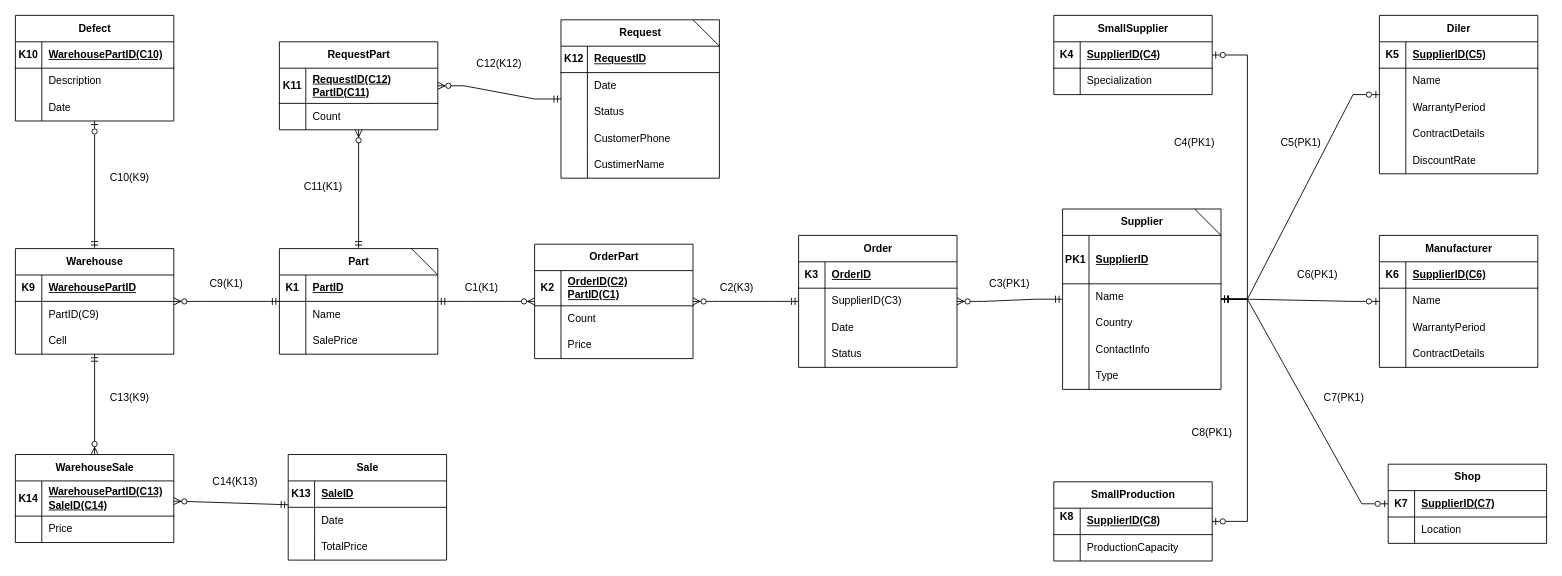
Earlier version of the draw.io diagram База данных магазина автозапчастей.drawio (Raviolya/AutoPartsShop). Source tidied: cells renumbered, new cells numbered last; positions are measured from the earlier drawing's top-left corner, leaving out a move shared by most shapes. Both pictures are drawn from the tidied source at 88%, with x=0, y=0 at pixel (15, 15).
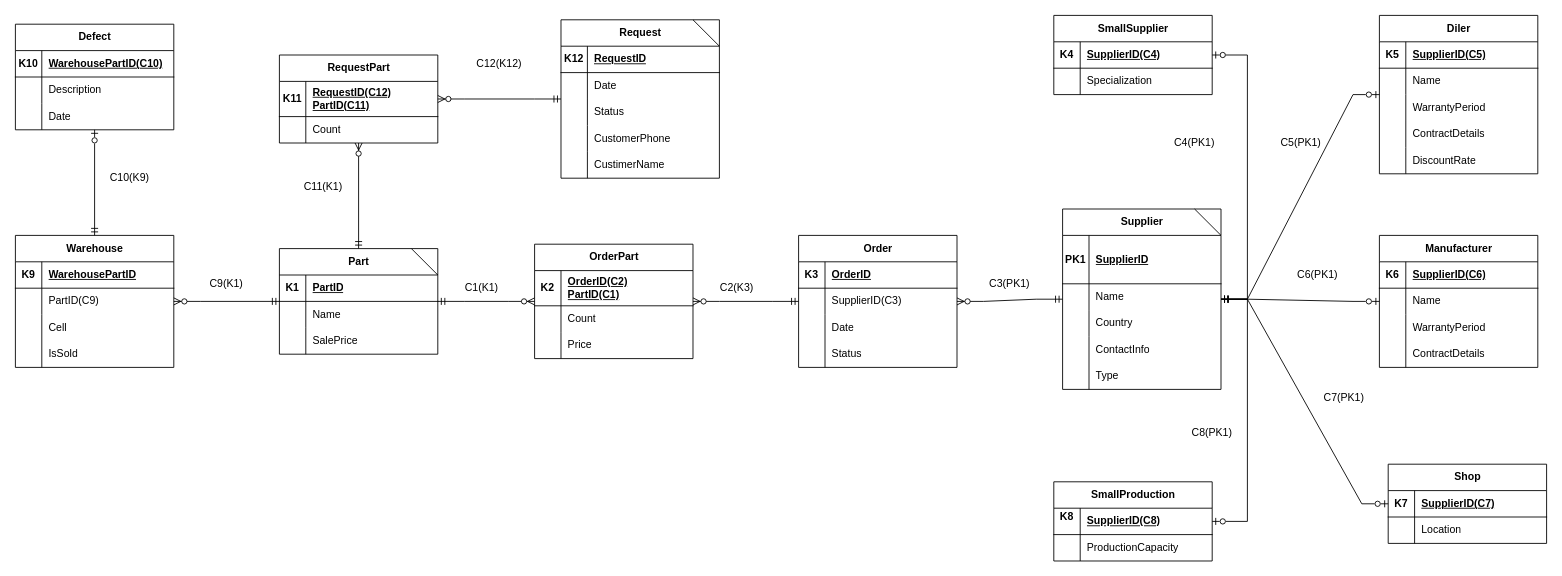
Above is the later version.

Diff of the diagram source:
```diff
@@
     <mxCell id="107" value="RequestPart" style="shape=table;startSize=30;childLayout=tableLayout;rowLines=0;fontStyle=1;align=center;html=1;" parent="1" vertex="1">
-      <mxGeometry x="300" y="30" width="180" height="100" as="geometry" />
+      <mxGeometry x="300" y="45" width="180" height="100" as="geometry" />
     </mxCell>
@@
     <mxCell id="114" value="Warehouse" style="shape=table;startSize=30;childLayout=tableLayout;rowLines=0;fontStyle=1;align=center;html=1;" parent="1" vertex="1">
-      <mxGeometry y="265" width="180" height="120" as="geometry" />
+      <mxGeometry y="250" width="180" height="150" as="geometry" />
     </mxCell>
@@
+    <mxCell id="192" style="shape=tableRow;horizontal=0;startSize=0;swimlaneHead=0;swimlaneBody=0;fillColor=none;top=0;left=0;right=0;bottom=0;" parent="114" vertex="1">
+      <mxGeometry y="120" width="180" height="30" as="geometry" />
+    </mxCell>
+    <mxCell id="193" style="shape=partialRectangle;fillColor=none;top=0;left=0;bottom=0;right=0;overflow=hidden;whiteSpace=wrap;html=1;" parent="192" vertex="1">
+      <mxGeometry width="30" height="30" as="geometry" />
+    </mxCell>
+    <mxCell id="194" value="IsSold" style="shape=partialRectangle;fillColor=none;top=0;left=0;bottom=0;right=0;align=left;spacingLeft=6;overflow=hidden;whiteSpace=wrap;html=1;" parent="192" vertex="1">
+      <mxGeometry x="30" width="150" height="30" as="geometry" />
+    </mxCell>
     <mxCell id="124" value="Defect" style="shape=table;startSize=30;childLayout=tableLayout;rowLines=0;fontStyle=1;align=center;html=1;" parent="1" vertex="1">
-      <mxGeometry width="180" height="120" as="geometry" />
+      <mxGeometry y="10" width="180" height="120" as="geometry" />
     </mxCell>
@@
-    <mxCell id="171" value="Sale" style="shape=table;startSize=30;childLayout=tableLayout;rowLines=0;fontStyle=1;align=center;html=1;" parent="1" vertex="1">
-      <mxGeometry x="310" y="499" width="180" height="120" as="geometry" />
-    </mxCell>
-    <mxCell id="172" style="shape=tableRow;horizontal=0;startSize=0;swimlaneHead=0;swimlaneBody=0;fillColor=none;top=0;left=0;right=0;bottom=1;" parent="171" vertex="1">
-      <mxGeometry y="30" width="180" height="30" as="geometry" />
-    </mxCell>
-    <mxCell id="173" value="K13" style="shape=partialRectangle;fillColor=none;top=0;left=0;bottom=0;right=0;fontStyle=1;overflow=hidden;whiteSpace=wrap;html=1;" parent="172" vertex="1">
-      <mxGeometry width="30" height="30" as="geometry" />
-    </mxCell>
-    <mxCell id="174" value="SaleID" style="shape=partialRectangle;fillColor=none;top=0;left=0;bottom=0;right=0;align=left;spacingLeft=6;fontStyle=5;overflow=hidden;whiteSpace=wrap;html=1;" parent="172" vertex="1">
-      <mxGeometry x="30" width="150" height="30" as="geometry" />
-    </mxCell>
-    <mxCell id="175" style="shape=tableRow;horizontal=0;startSize=0;swimlaneHead=0;swimlaneBody=0;fillColor=none;top=0;left=0;right=0;bottom=0;" parent="171" vertex="1">
-      <mxGeometry y="60" width="180" height="30" as="geometry" />
-    </mxCell>
-    <mxCell id="176" style="shape=partialRectangle;fillColor=none;top=0;left=0;bottom=0;right=0;overflow=hidden;whiteSpace=wrap;html=1;" parent="175" vertex="1">
-      <mxGeometry width="30" height="30" as="geometry" />
-    </mxCell>
-    <mxCell id="177" value="Date" style="shape=partialRectangle;fillColor=none;top=0;left=0;bottom=0;right=0;align=left;spacingLeft=6;overflow=hidden;whiteSpace=wrap;html=1;" parent="175" vertex="1">
-      <mxGeometry x="30" width="150" height="30" as="geometry" />
-    </mxCell>
-    <mxCell id="178" style="shape=tableRow;horizontal=0;startSize=0;swimlaneHead=0;swimlaneBody=0;fillColor=none;top=0;left=0;right=0;bottom=0;" parent="171" vertex="1">
-      <mxGeometry y="90" width="180" height="30" as="geometry" />
-    </mxCell>
-    <mxCell id="179" style="shape=partialRectangle;fillColor=none;top=0;left=0;bottom=0;right=0;overflow=hidden;whiteSpace=wrap;html=1;" parent="178" vertex="1">
-      <mxGeometry width="30" height="30" as="geometry" />
-    </mxCell>
-    <mxCell id="180" value="TotalPrice" style="shape=partialRectangle;fillColor=none;top=0;left=0;bottom=0;right=0;align=left;spacingLeft=6;overflow=hidden;whiteSpace=wrap;html=1;" parent="178" vertex="1">
-      <mxGeometry x="30" width="150" height="30" as="geometry" />
-    </mxCell>
-    <mxCell id="181" value="WarehouseSale" style="shape=table;startSize=30;childLayout=tableLayout;rowLines=0;fontStyle=1;align=center;html=1;" parent="1" vertex="1">
-      <mxGeometry y="499" width="180" height="100" as="geometry" />
-    </mxCell>
-    <mxCell id="182" style="shape=tableRow;horizontal=0;startSize=0;swimlaneHead=0;swimlaneBody=0;fillColor=none;top=0;left=0;right=0;bottom=1;" parent="181" vertex="1">
-      <mxGeometry y="30" width="180" height="40" as="geometry" />
-    </mxCell>
-    <mxCell id="183" value="K14" style="shape=partialRectangle;fillColor=none;top=0;left=0;bottom=0;right=0;fontStyle=1;overflow=hidden;whiteSpace=wrap;html=1;" parent="182" vertex="1">
-      <mxGeometry width="30" height="40" as="geometry" />
-    </mxCell>
-    <mxCell id="184" value="WarehousePartID(С13)&lt;div&gt;SaleID(С14)&lt;/div&gt;" style="shape=partialRectangle;fillColor=none;top=0;left=0;bottom=0;right=0;align=left;spacingLeft=6;fontStyle=5;overflow=hidden;whiteSpace=wrap;html=1;" parent="182" vertex="1">
-      <mxGeometry x="30" width="150" height="40" as="geometry" />
-    </mxCell>
-    <mxCell id="185" style="shape=tableRow;horizontal=0;startSize=0;swimlaneHead=0;swimlaneBody=0;fillColor=none;top=0;left=0;right=0;bottom=0;" parent="181" vertex="1">
-      <mxGeometry y="70" width="180" height="30" as="geometry" />
-    </mxCell>
-    <mxCell id="186" style="shape=partialRectangle;fillColor=none;top=0;left=0;bottom=0;right=0;overflow=hidden;whiteSpace=wrap;html=1;" parent="185" vertex="1">
-      <mxGeometry width="30" height="30" as="geometry" />
-    </mxCell>
-    <mxCell id="187" value="Price" style="shape=partialRectangle;fillColor=none;top=0;left=0;bottom=0;right=0;align=left;spacingLeft=6;overflow=hidden;whiteSpace=wrap;html=1;" parent="185" vertex="1">
-      <mxGeometry x="30" width="150" height="30" as="geometry" />
-    </mxCell>
-    <mxCell id="188" style="fontSize=12;html=1;endArrow=ERzeroToMany;startArrow=ERmandOne;rounded=0;" parent="1" edge="1" source="171" target="181">
-      <mxGeometry relative="1" as="geometry" />
-    </mxCell>
-    <mxCell id="189" style="fontSize=12;html=1;endArrow=ERzeroToMany;startArrow=ERmandOne;rounded=0;" parent="1" edge="1" source="114" target="181">
-      <mxGeometry relative="1" as="geometry" />
-    </mxCell>
-    <mxCell id="190" value="С13(K9)" style="text;html=1;align=center;verticalAlign=middle;whiteSpace=wrap;rounded=0;" parent="1" vertex="1">
-      <mxGeometry x="100" y="420" width="60" height="30" as="geometry" />
-    </mxCell>
-    <mxCell id="191" value="С14(K13)" style="text;html=1;align=center;verticalAlign=middle;whiteSpace=wrap;rounded=0;" parent="1" vertex="1">
-      <mxGeometry x="220" y="515" width="60" height="30" as="geometry" />
-    </mxCell>
```
